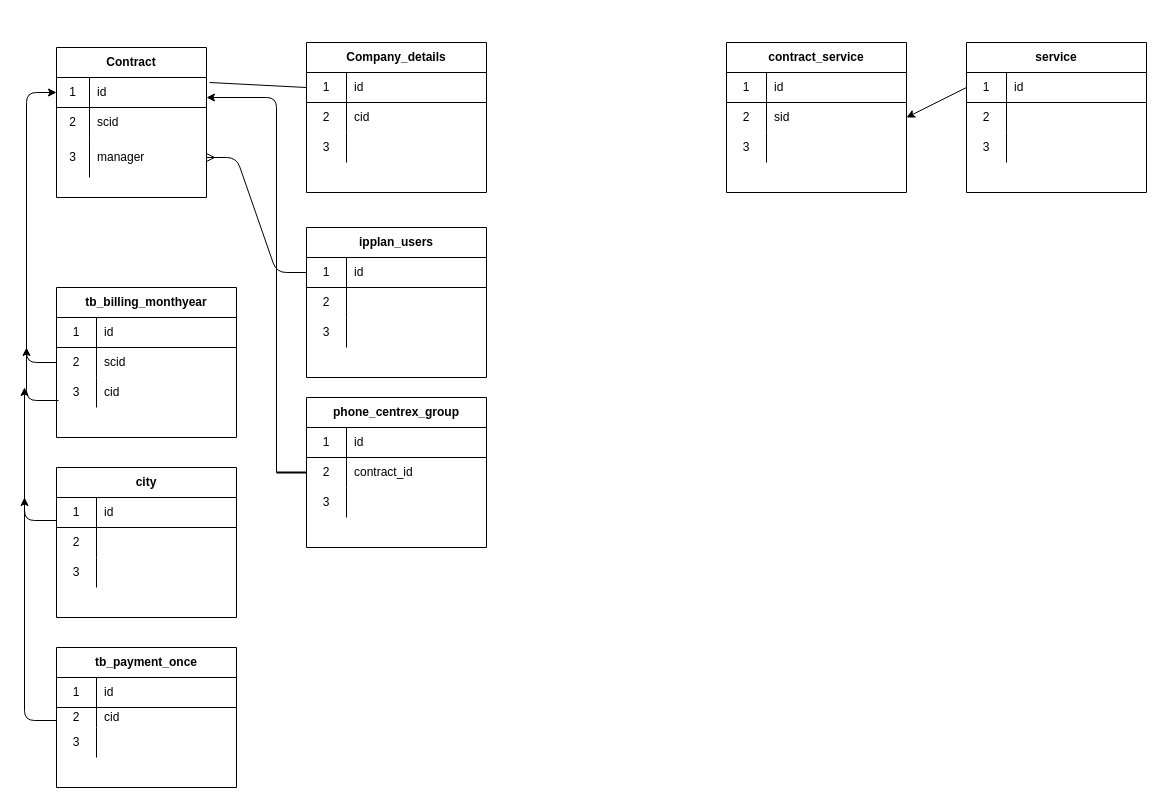
Yelaman0111/DBSCHEMA keeps this draw.io diagram as Untitled Diagram.drawio. Above is the earlier version. Source tidied: cells renumbered, new cells numbered last; positions are measured from the earlier drawing's top-left corner, leaving out a move shared by most shapes. Both pictures are drawn from the tidied source at 100%, with x=0, y=0 at pixel (24, 42).
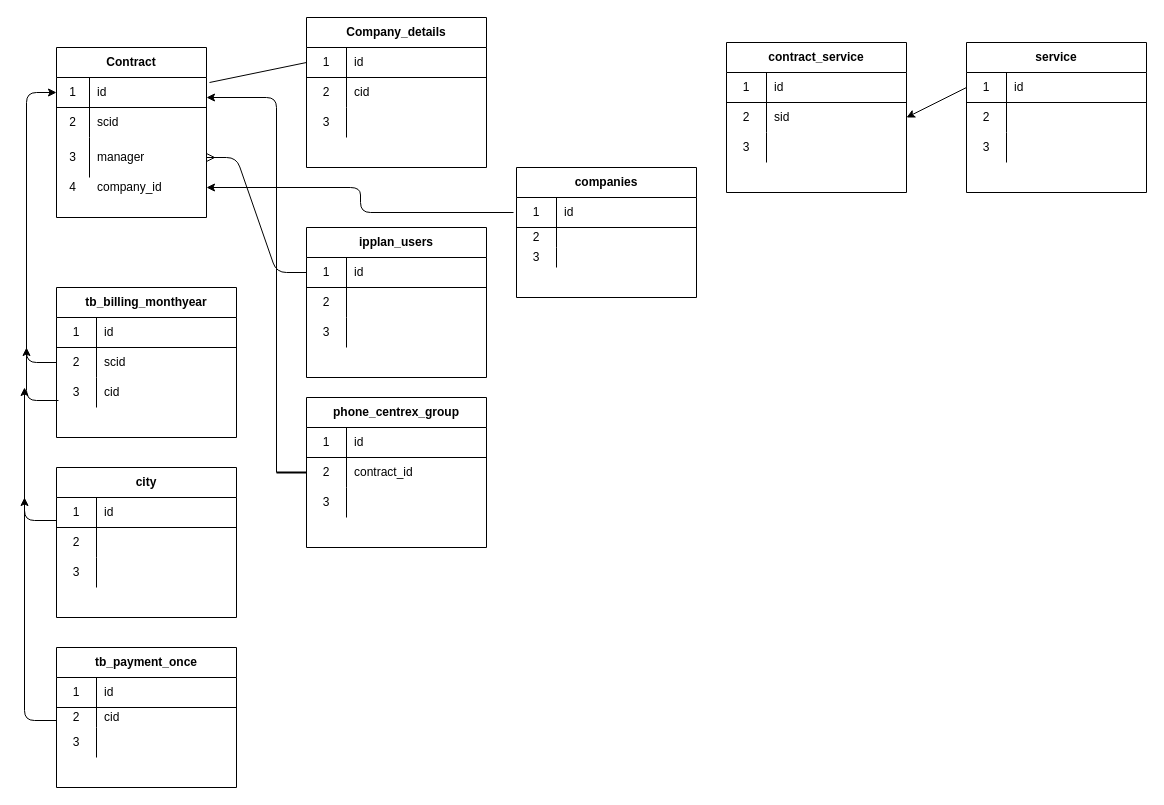
The same diagram, later.

What changed in the source:
```diff
@@
     <mxCell id="2" value="Contract" style="shape=table;html=1;whiteSpace=wrap;startSize=30;childLayout=tableLayout;rowLines=0;fontStyle=1;align=center;" parent="1" vertex="1">
-      <mxGeometry x="32" y="5" width="150" height="150" as="geometry" />
+      <mxGeometry x="32" y="5" width="150" height="170" as="geometry" />
     </mxCell>
@@
     <mxCell id="12" value="Company_details" style="shape=table;html=1;whiteSpace=wrap;startSize=30;childLayout=tableLayout;rowLines=0;fontStyle=1;align=center;" parent="1" vertex="1">
-      <mxGeometry x="282" width="180" height="150" as="geometry" />
+      <mxGeometry x="282" y="-25" width="180" height="150" as="geometry" />
     </mxCell>
@@
+    <mxCell id="101" value="companies" style="shape=table;html=1;whiteSpace=wrap;startSize=30;childLayout=tableLayout;rowLines=0;fontStyle=1;align=center;" parent="1" vertex="1">
+      <mxGeometry x="492" y="125" width="180" height="130" as="geometry" />
+    </mxCell>
+    <mxCell id="102" style="shape=partialRectangle;html=1;whiteSpace=wrap;fillColor=none;top=0;left=0;bottom=1;right=0;" parent="101" vertex="1">
+      <mxGeometry y="30" width="180" height="30" as="geometry" />
+    </mxCell>
+    <mxCell id="103" value="1" style="shape=partialRectangle;html=1;whiteSpace=wrap;fillColor=none;top=0;left=0;bottom=0;right=0;overflow=hidden;" parent="102" vertex="1">
+      <mxGeometry width="40" height="30" as="geometry" />
+    </mxCell>
+    <mxCell id="104" value="id" style="shape=partialRectangle;html=1;whiteSpace=wrap;fillColor=none;top=0;left=0;bottom=0;right=0;align=left;spacingLeft=6;overflow=hidden;" parent="102" vertex="1">
+      <mxGeometry x="40" width="140" height="30" as="geometry" />
+    </mxCell>
+    <mxCell id="105" style="shape=partialRectangle;html=1;whiteSpace=wrap;fillColor=none;top=0;left=0;bottom=0;right=0;" parent="101" vertex="1">
+      <mxGeometry y="60" width="180" height="20" as="geometry" />
+    </mxCell>
+    <mxCell id="106" value="2" style="shape=partialRectangle;html=1;whiteSpace=wrap;fillColor=none;top=0;left=0;bottom=0;right=0;overflow=hidden;" parent="105" vertex="1">
+      <mxGeometry width="40" height="20" as="geometry" />
+    </mxCell>
+    <mxCell id="107" style="shape=partialRectangle;html=1;whiteSpace=wrap;fillColor=none;top=0;left=0;bottom=0;right=0;align=left;spacingLeft=6;overflow=hidden;" parent="105" vertex="1">
+      <mxGeometry x="40" width="140" height="20" as="geometry" />
+    </mxCell>
+    <mxCell id="108" style="shape=partialRectangle;html=1;whiteSpace=wrap;fillColor=none;top=0;left=0;bottom=0;right=0;" parent="101" vertex="1">
+      <mxGeometry y="80" width="180" height="20" as="geometry" />
+    </mxCell>
+    <mxCell id="109" value="3" style="shape=partialRectangle;html=1;whiteSpace=wrap;fillColor=none;top=0;left=0;bottom=0;right=0;overflow=hidden;" parent="108" vertex="1">
+      <mxGeometry width="40" height="20" as="geometry" />
+    </mxCell>
+    <mxCell id="110" style="shape=partialRectangle;html=1;whiteSpace=wrap;fillColor=none;top=0;left=0;bottom=0;right=0;align=left;spacingLeft=6;overflow=hidden;" parent="108" vertex="1">
+      <mxGeometry x="40" width="140" height="20" as="geometry" />
+    </mxCell>
+    <mxCell id="111" value="4" style="shape=partialRectangle;html=1;whiteSpace=wrap;fillColor=none;top=0;left=0;bottom=0;right=0;overflow=hidden;" parent="1" vertex="1">
+      <mxGeometry x="32" y="125" width="33" height="40" as="geometry" />
+    </mxCell>
+    <mxCell id="112" value="company_id" style="shape=partialRectangle;html=1;whiteSpace=wrap;fillColor=none;top=0;left=0;bottom=0;right=0;align=left;spacingLeft=6;overflow=hidden;" parent="1" vertex="1">
+      <mxGeometry x="65" y="125" width="117" height="40" as="geometry" />
+    </mxCell>
+    <mxCell id="113" style="edgeStyle=elbowEdgeStyle;elbow=horizontal;endArrow=classic;html=1;" parent="1" edge="1">
+      <mxGeometry relative="1" as="geometry">
+        <mxPoint x="489" y="170" as="sourcePoint" />
+        <mxPoint x="182" y="145" as="targetPoint" />
+      </mxGeometry>
+    </mxCell>
```
